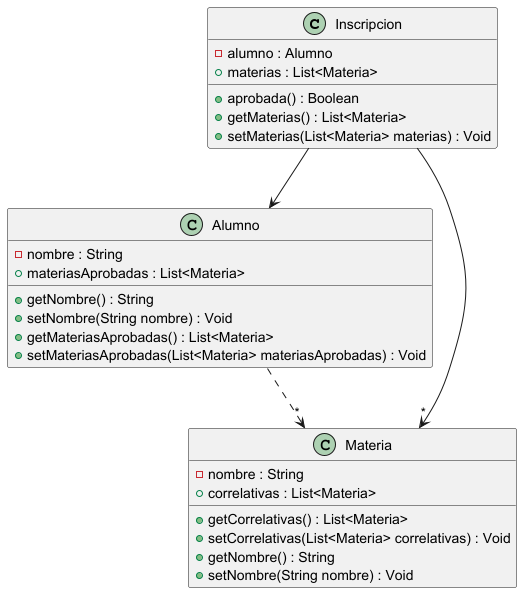
Before: tp0/docsDC/Diagrama.png, a diagram exported from PlantUML (bautistaiglesias/TP-CORRELATIVAS). The source it was exported from:
```plantuml
@startuml

Inscripcion --> Alumno
Inscripcion -->"*" Materia
Alumno ..>"*"Materia
class Inscripcion{

- alumno : Alumno
+ materias : List<Materia>

+ aprobada() : Boolean
+ getMaterias() : List<Materia>
+ setMaterias(List<Materia> materias) : Void


}

class Materia {
   - nombre : String
   + correlativas : List<Materia>

   + getCorrelativas() : List<Materia>
   + setCorrelativas(List<Materia> correlativas) : Void
   + getNombre() : String
   +setNombre(String nombre) : Void


   }

   class Alumno {
   - nombre : String
   + materiasAprobadas : List<Materia>
   + getNombre() : String
   + setNombre(String nombre) : Void
   + getMateriasAprobadas() : List<Materia>
   + setMateriasAprobadas(List<Materia> materiasAprobadas) : Void



   }
@enduml
```
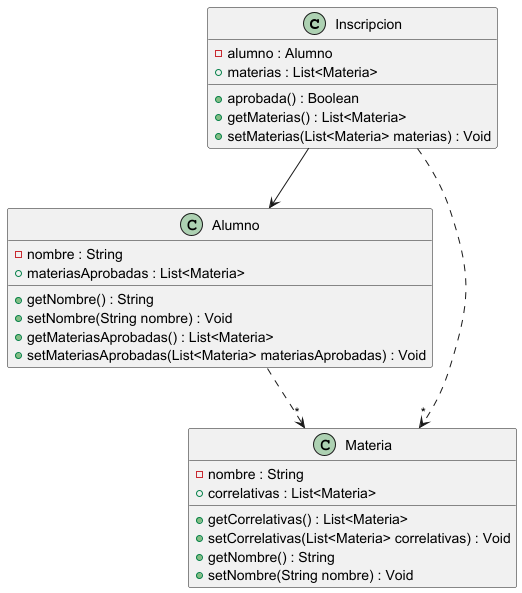
Above is the later version.

Diff of the diagram source:
```diff
@@ -1,7 +1,7 @@
 @startuml
 
 Inscripcion --> Alumno
-Inscripcion -->"*" Materia
+Inscripcion ..>"*" Materia
 Alumno ..>"*"Materia
 class Inscripcion{
 
```
